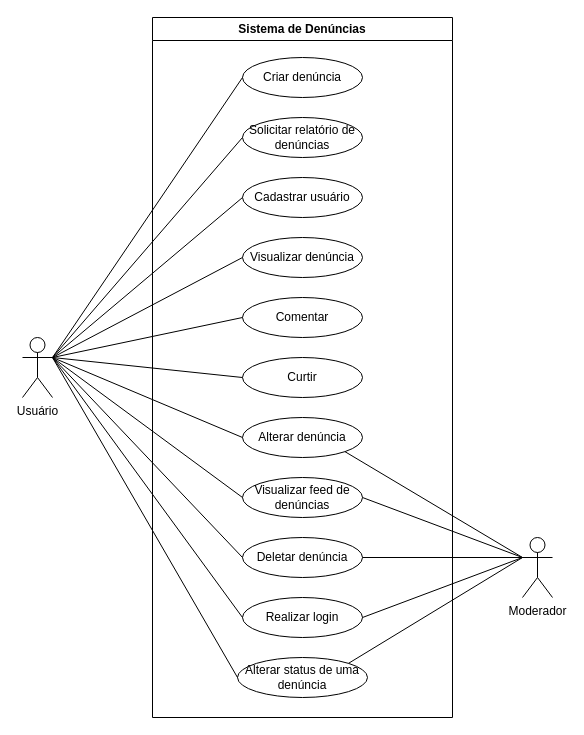
frsouzaa/Documentacao-TCC-NossaVia keeps this draw.io diagram as Documentação/Diagramas/Diagrama de Caso de Uso.drawio. Above is the earlier version. Source tidied: cells renumbered, new cells numbered last; positions are measured from the earlier drawing's top-left corner, leaving out a move shared by most shapes. Both pictures are drawn from the tidied source at 100%, with x=0, y=0 at pixel (22, 17).
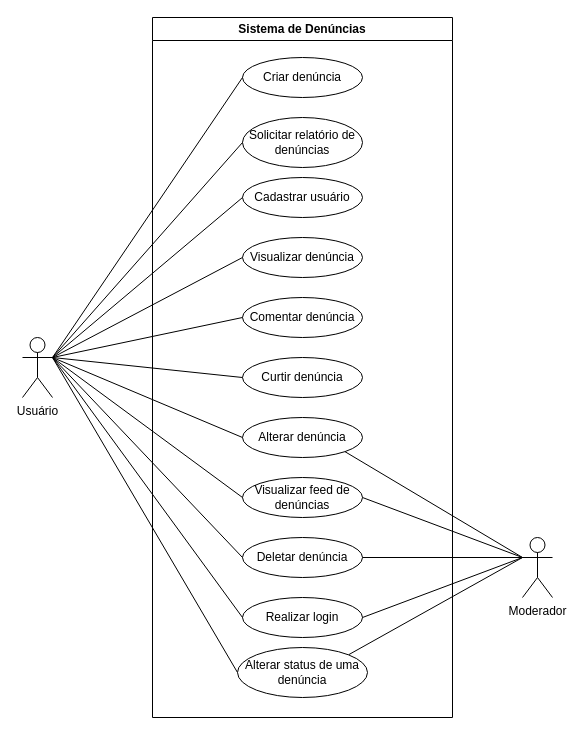
After the change.

Commit message:
adicionando substantivo nos casos de uso de curtir denuncia e comentar denuncia

Unchanged cells that the change refers to:
```xml
<mxCell id="32" value="Sistema de Denúncias" style="swimlane;whiteSpace=wrap;html=1;" parent="1" vertex="1">
  <mxGeometry x="130" width="300" height="700" as="geometry" />
</mxCell>
```

The edit, as a diff of the source:
```diff
@@
     <mxCell id="11" value="Solicitar relatório de denúncias" style="ellipse;whiteSpace=wrap;html=1;align=center;" parent="1" vertex="1">
-      <mxGeometry x="220" y="100" width="120" height="40" as="geometry" />
+      <mxGeometry x="220" y="100" width="120" height="50" as="geometry" />
     </mxCell>
@@
-    <mxCell id="24" value="Alterar status de uma denúncia" style="ellipse;whiteSpace=wrap;html=1;align=center;" parent="1" vertex="1">
-      <mxGeometry x="215" y="640" width="130" height="40" as="geometry" />
-    </mxCell>
@@
-    <mxCell id="27" value="Comentar" style="ellipse;whiteSpace=wrap;html=1;align=center;" parent="1" vertex="1">
+    <mxCell id="27" value="Comentar denúncia" style="ellipse;whiteSpace=wrap;html=1;align=center;" parent="1" vertex="1">
       <mxGeometry x="220" y="280" width="120" height="40" as="geometry" />
     </mxCell>
-    <mxCell id="28" value="Curtir" style="ellipse;whiteSpace=wrap;html=1;align=center;" parent="1" vertex="1">
+    <mxCell id="28" value="Curtir denúncia" style="ellipse;whiteSpace=wrap;html=1;align=center;" parent="1" vertex="1">
       <mxGeometry x="220" y="340" width="120" height="40" as="geometry" />
     </mxCell>
@@
+    <mxCell id="24" value="Alterar status de uma denúncia" style="ellipse;whiteSpace=wrap;html=1;align=center;" parent="32" vertex="1">
+      <mxGeometry x="85" y="630" width="130" height="50" as="geometry" />
+    </mxCell>
```
